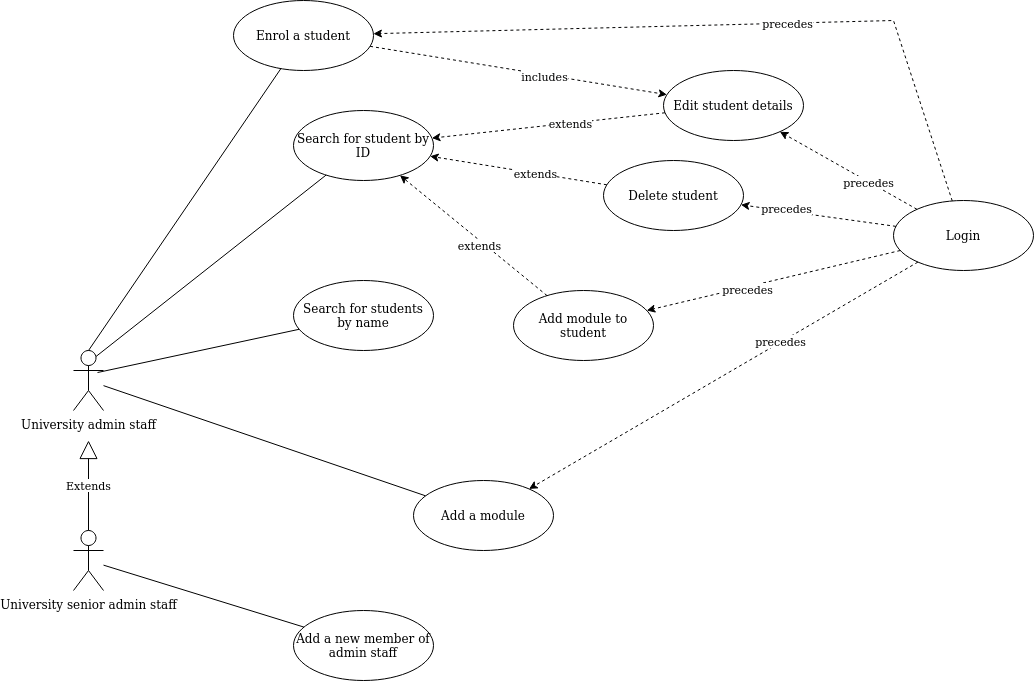
Before: images/COM528usecase3.png, a diagram exported from draw.io (nwcourses/nwcourses.github.io). Source tidied: cells renumbered, new cells last; positions are measured from the earlier drawing's top-left corner, leaving out a move shared by most shapes. Its diagram source:
```xml
<mxGraphModel>
  <root>
    <mxCell id="0" />
    <mxCell id="1" parent="0" />
    <mxCell id="2" value="University admin staff" style="shape=umlActor;verticalLabelPosition=bottom;verticalAlign=top;html=1;" parent="1" vertex="1">
      <mxGeometry y="350" width="30" height="60" as="geometry" />
    </mxCell>
    <mxCell id="3" value="Search for student by ID" style="ellipse;whiteSpace=wrap;html=1;" parent="1" vertex="1">
      <mxGeometry x="220" y="110" width="140" height="70" as="geometry" />
    </mxCell>
    <mxCell id="4" value="Enrol a student" style="ellipse;whiteSpace=wrap;html=1;" parent="1" vertex="1">
      <mxGeometry x="160" width="140" height="70" as="geometry" />
    </mxCell>
    <mxCell id="5" value="Search for students by name" style="ellipse;whiteSpace=wrap;html=1;" parent="1" vertex="1">
      <mxGeometry x="220" y="280" width="140" height="70" as="geometry" />
    </mxCell>
    <mxCell id="6" value="Add a module" style="ellipse;whiteSpace=wrap;html=1;" parent="1" vertex="1">
      <mxGeometry x="340" y="480" width="140" height="70" as="geometry" />
    </mxCell>
    <mxCell id="7" value="Add module to student" style="ellipse;whiteSpace=wrap;html=1;" parent="1" vertex="1">
      <mxGeometry x="440" y="290" width="140" height="70" as="geometry" />
    </mxCell>
    <mxCell id="8" value="Delete student" style="ellipse;whiteSpace=wrap;html=1;" parent="1" vertex="1">
      <mxGeometry x="530" y="160" width="140" height="70" as="geometry" />
    </mxCell>
    <mxCell id="9" style="endArrow=none;html=1;rounded=0;" parent="1" edge="1" source="6" target="2">
      <mxGeometry relative="1" as="geometry" />
    </mxCell>
    <mxCell id="10" style="endArrow=none;html=1;rounded=0;exitX=0.8;exitY=0.367;exitDx=0;exitDy=0;exitPerimeter=0;" parent="1" edge="1" source="2" target="5">
      <mxGeometry relative="1" as="geometry" />
    </mxCell>
    <mxCell id="11" style="endArrow=none;html=1;rounded=0;exitX=0.75;exitY=0.1;exitDx=0;exitDy=0;exitPerimeter=0;" parent="1" edge="1" source="2" target="3">
      <mxGeometry relative="1" as="geometry" />
    </mxCell>
    <mxCell id="12" style="endArrow=none;html=1;rounded=0;exitX=0.5;exitY=0;exitDx=0;exitDy=0;exitPerimeter=0;" parent="1" edge="1" source="2" target="4">
      <mxGeometry relative="1" as="geometry" />
    </mxCell>
    <mxCell id="13" value="Edit student details" style="ellipse;whiteSpace=wrap;html=1;" parent="1" vertex="1">
      <mxGeometry x="590" y="70" width="140" height="70" as="geometry" />
    </mxCell>
    <mxCell id="14" style="endArrow=classic;html=1;rounded=0;dashed=1;" parent="1" edge="1" source="13" target="3">
      <mxGeometry relative="1" as="geometry" />
    </mxCell>
    <mxCell id="15" value="extends" style="edgeLabel;html=1;align=center;verticalAlign=middle;" parent="14" vertex="1">
      <mxGeometry x="-0.18" relative="1" as="geometry" />
    </mxCell>
    <mxCell id="16" style="endArrow=classic;html=1;rounded=0;dashed=1;" parent="1" edge="1" source="8" target="3">
      <mxGeometry relative="1" as="geometry" />
    </mxCell>
    <mxCell id="17" value="extends" style="edgeLabel;html=1;align=center;verticalAlign=middle;" parent="16" vertex="1">
      <mxGeometry x="-0.19" relative="1" as="geometry" />
    </mxCell>
    <mxCell id="18" style="endArrow=classic;html=1;rounded=0;dashed=1;" parent="1" edge="1" source="7" target="3">
      <mxGeometry relative="1" as="geometry" />
    </mxCell>
    <mxCell id="19" value="extends" style="edgeLabel;html=1;align=center;verticalAlign=middle;" parent="18" vertex="1">
      <mxGeometry x="-0.1" y="4" relative="1" as="geometry" />
    </mxCell>
    <mxCell id="20" value="Login" style="ellipse;whiteSpace=wrap;html=1;" parent="1" vertex="1">
      <mxGeometry x="820" y="200" width="140" height="70" as="geometry" />
    </mxCell>
    <mxCell id="21" style="endArrow=classic;html=1;rounded=0;dashed=1;" parent="1" edge="1" source="20" target="6">
      <mxGeometry relative="1" as="geometry" />
    </mxCell>
    <mxCell id="22" value="precedes" style="edgeLabel;html=1;align=center;verticalAlign=middle;" parent="21" vertex="1">
      <mxGeometry x="-0.29" y="-1" relative="1" as="geometry" />
    </mxCell>
    <mxCell id="23" style="endArrow=classic;html=1;rounded=0;dashed=1;" parent="1" edge="1" source="20" target="8">
      <mxGeometry relative="1" as="geometry" />
    </mxCell>
    <mxCell id="24" value="precedes" style="edgeLabel;html=1;align=center;verticalAlign=middle;" parent="23" vertex="1">
      <mxGeometry x="0.42" y="-3" relative="1" as="geometry" />
    </mxCell>
    <mxCell id="25" style="endArrow=classic;html=1;rounded=0;dashed=1;" parent="1" edge="1" source="20" target="13">
      <mxGeometry relative="1" as="geometry" />
    </mxCell>
    <mxCell id="26" value="precedes" style="edgeLabel;html=1;align=center;verticalAlign=middle;" parent="25" vertex="1">
      <mxGeometry x="-0.29" relative="1" as="geometry" />
    </mxCell>
    <mxCell id="27" style="endArrow=classic;html=1;rounded=0;dashed=1;" parent="1" edge="1" source="20" target="4">
      <mxGeometry relative="1" as="geometry">
        <Array as="points">
          <mxPoint x="820" y="20" />
        </Array>
      </mxGeometry>
    </mxCell>
    <mxCell id="28" value="precedes" style="edgeLabel;html=1;align=center;verticalAlign=middle;" parent="27" vertex="1">
      <mxGeometry x="-0.17" relative="1" as="geometry" />
    </mxCell>
    <mxCell id="29" style="endArrow=classic;html=1;rounded=0;dashed=1;" parent="1" edge="1" source="20" target="7">
      <mxGeometry relative="1" as="geometry" />
    </mxCell>
    <mxCell id="30" value="precedes" style="edgeLabel;html=1;align=center;verticalAlign=middle;" parent="29" vertex="1">
      <mxGeometry x="0.22" y="2" relative="1" as="geometry" />
    </mxCell>
    <mxCell id="31" style="endArrow=classic;html=1;rounded=0;dashed=1;" parent="1" edge="1" source="4" target="13">
      <mxGeometry relative="1" as="geometry" />
    </mxCell>
    <mxCell id="32" value="includes" style="edgeLabel;html=1;align=center;verticalAlign=middle;" parent="31" vertex="1">
      <mxGeometry x="0.17" y="-1" relative="1" as="geometry" />
    </mxCell>
    <mxCell id="33" value="University senior admin staff" style="shape=umlActor;verticalLabelPosition=bottom;verticalAlign=top;html=1;outlineConnect=0;" parent="1" vertex="1">
      <mxGeometry y="530" width="30" height="60" as="geometry" />
    </mxCell>
    <mxCell id="34" value="Extends" style="endArrow=block;endSize=16;endFill=0;html=1;rounded=0;" parent="1" edge="1" source="33">
      <mxGeometry relative="1" as="geometry">
        <mxPoint x="15" y="440" as="targetPoint" />
        <Array as="points">
          <mxPoint x="15" y="440" />
        </Array>
      </mxGeometry>
    </mxCell>
    <mxCell id="35" value="Add a new member of admin staff" style="ellipse;whiteSpace=wrap;html=1;" parent="1" vertex="1">
      <mxGeometry x="220" y="610" width="140" height="70" as="geometry" />
    </mxCell>
    <mxCell id="36" style="endArrow=none;html=1;rounded=0;" parent="1" edge="1" source="33" target="35">
      <mxGeometry relative="1" as="geometry" />
    </mxCell>
  </root>
</mxGraphModel>
```
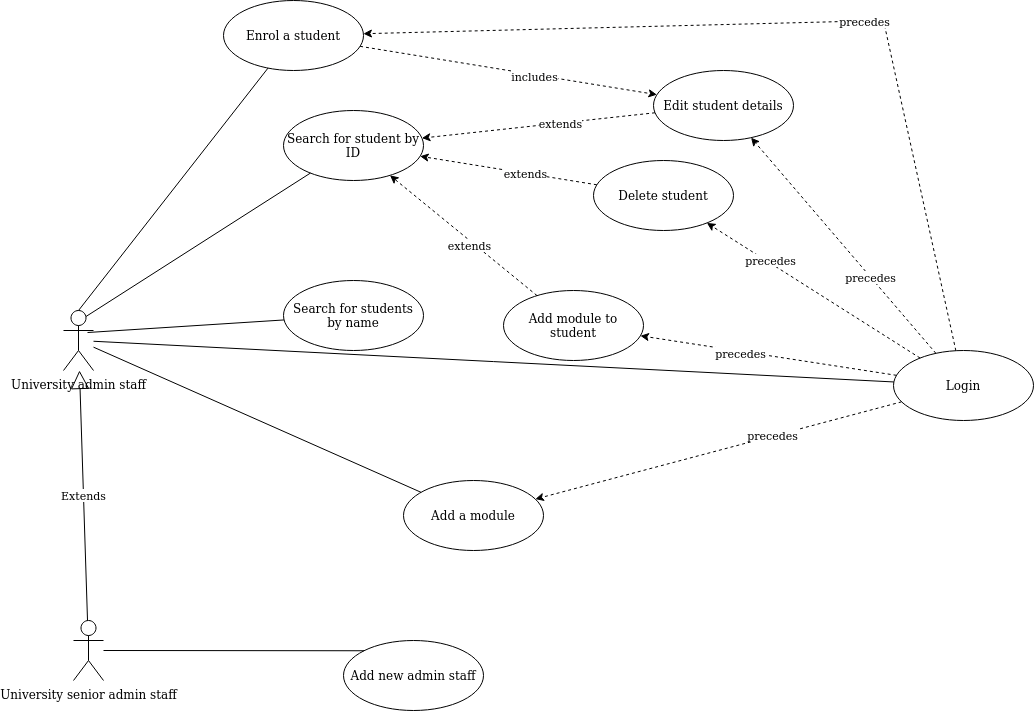
Above is the later version.

What changed in the source:
```diff
@@ -3,7 +3,7 @@
     <mxCell id="0" />
     <mxCell id="1" parent="0" />
     <mxCell id="2" value="University admin staff" style="shape=umlActor;verticalLabelPosition=bottom;verticalAlign=top;html=1;" parent="1" vertex="1">
-      <mxGeometry y="350" width="30" height="60" as="geometry" />
+      <mxGeometry y="310" width="30" height="60" as="geometry" />
     </mxCell>
     <mxCell id="3" value="Search for student by ID" style="ellipse;whiteSpace=wrap;html=1;" parent="1" vertex="1">
       <mxGeometry x="220" y="110" width="140" height="70" as="geometry" />
@@ -57,7 +57,7 @@
       <mxGeometry x="-0.1" y="4" relative="1" as="geometry" />
     </mxCell>
     <mxCell id="20" value="Login" style="ellipse;whiteSpace=wrap;html=1;" parent="1" vertex="1">
-      <mxGeometry x="820" y="200" width="140" height="70" as="geometry" />
+      <mxGeometry x="830" y="350" width="140" height="70" as="geometry" />
     </mxCell>
     <mxCell id="21" style="endArrow=classic;html=1;rounded=0;dashed=1;" parent="1" edge="1" source="20" target="6">
       <mxGeometry relative="1" as="geometry" />
@@ -99,22 +99,20 @@
     <mxCell id="32" value="includes" style="edgeLabel;html=1;align=center;verticalAlign=middle;" parent="31" vertex="1">
       <mxGeometry x="0.17" y="-1" relative="1" as="geometry" />
     </mxCell>
+    <mxCell id="37" style="endArrow=none;html=1;rounded=0;" parent="1" edge="1" source="2" target="20">
+      <mxGeometry relative="1" as="geometry" />
+    </mxCell>
-    <mxCell id="33" value="University senior admin staff" style="shape=umlActor;verticalLabelPosition=bottom;verticalAlign=top;html=1;outlineConnect=0;" parent="1" vertex="1">
-      <mxGeometry y="530" width="30" height="60" as="geometry" />
+    <mxCell id="33" value="University senior admin staff" style="shape=umlActor;verticalLabelPosition=bottom;verticalAlign=top;html=1;" parent="1" vertex="1">
+      <mxGeometry x="10" y="620" width="30" height="60" as="geometry" />
     </mxCell>
-    <mxCell id="34" value="Extends" style="endArrow=block;endSize=16;endFill=0;html=1;rounded=0;" parent="1" edge="1" source="33">
-      <mxGeometry relative="1" as="geometry">
-        <mxPoint x="15" y="440" as="targetPoint" />
-        <Array as="points">
-          <mxPoint x="15" y="440" />
-        </Array>
-      </mxGeometry>
+    <mxCell id="34" value="Extends" style="endArrow=block;endSize=16;endFill=0;html=1;rounded=0;" parent="1" edge="1" source="33" target="2">
+      <mxGeometry relative="1" as="geometry" />
     </mxCell>
-    <mxCell id="35" value="Add a new member of admin staff" style="ellipse;whiteSpace=wrap;html=1;" parent="1" vertex="1">
-      <mxGeometry x="220" y="610" width="140" height="70" as="geometry" />
-    </mxCell>
-    <mxCell id="36" style="endArrow=none;html=1;rounded=0;" parent="1" edge="1" source="33" target="35">
-      <mxGeometry relative="1" as="geometry" />
-    </mxCell>
+    <mxCell id="38" value="Add new admin staff" style="ellipse;whiteSpace=wrap;html=1;" parent="1" vertex="1">
+      <mxGeometry x="280" y="640" width="140" height="70" as="geometry" />
+    </mxCell>
+    <mxCell id="39" style="endArrow=none;html=1;rounded=0;entryX=0;entryY=0;entryDx=0;entryDy=0;" parent="1" edge="1" source="33" target="38">
+      <mxGeometry relative="1" as="geometry" />
+    </mxCell>
   </root>
 </mxGraphModel>
```
